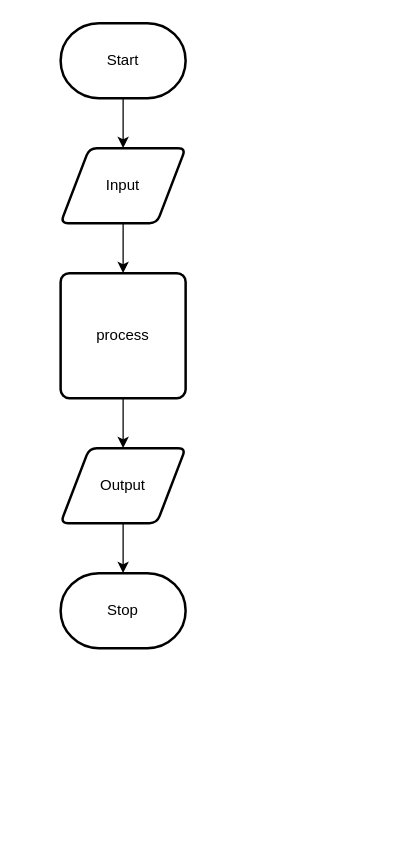
Before: design/flow-chart.drawio in Alex-Nelson-1/ICS2O-UNIT6-03-API, a draw.io diagram. Source tidied: cells renumbered, new cells numbered last; positions are measured from the earlier drawing's top-left corner, leaving out a move shared by most shapes. Both pictures are drawn from the tidied source at 125%, with x=0, y=0 at pixel (60, 22).
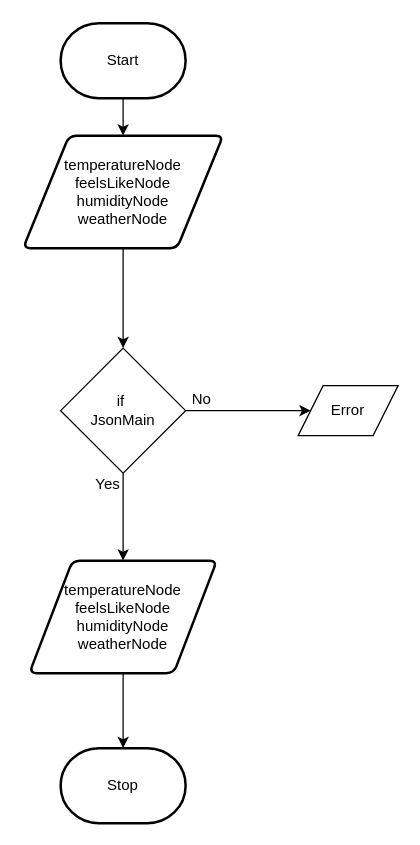
After the change.

Commit message (it also covers changes not shown here):
Flow chart and story board

Diff of the diagram source:
```diff
@@
 <mxGraphModel>
   <root>
     <mxCell id="0" />
     <mxCell id="1" parent="0" />
     <mxCell id="2" style="edgeStyle=none;html=1;" parent="1" edge="1" source="3" target="5">
       <mxGeometry relative="1" as="geometry" />
     </mxCell>
     <mxCell id="3" value="Start" style="strokeWidth=2;html=1;shape=mxgraph.flowchart.terminator;whiteSpace=wrap;" parent="1" vertex="1">
       <mxGeometry width="100" height="60" as="geometry" />
     </mxCell>
-    <mxCell id="4" style="edgeStyle=none;html=1;" parent="1" edge="1" source="5" target="7">
-      <mxGeometry relative="1" as="geometry" />
+    <mxCell id="4" style="edgeStyle=none;html=1;" parent="1" edge="1" source="5">
+      <mxGeometry relative="1" as="geometry">
+        <mxPoint x="50" y="260" as="targetPoint" />
+      </mxGeometry>
     </mxCell>
-    <mxCell id="5" value="Input" style="shape=parallelogram;html=1;strokeWidth=2;perimeter=parallelogramPerimeter;whiteSpace=wrap;rounded=1;arcSize=12;size=0.23;" parent="1" vertex="1">
-      <mxGeometry y="100" width="100" height="60" as="geometry" />
+    <mxCell id="5" value="temperatureNode&lt;br&gt;feelsLikeNode&lt;br&gt;humidityNode&lt;br&gt;weatherNode" style="shape=parallelogram;html=1;strokeWidth=2;perimeter=parallelogramPerimeter;whiteSpace=wrap;rounded=1;arcSize=12;size=0.23;" parent="1" vertex="1">
+      <mxGeometry x="-30" y="90" width="160" height="90" as="geometry" />
     </mxCell>
-    <mxCell id="6" style="edgeStyle=none;html=1;" parent="1" edge="1" source="7" target="9">
-      <mxGeometry relative="1" as="geometry" />
+    <mxCell id="6" style="edgeStyle=none;html=1;" parent="1" edge="1" target="9">
+      <mxGeometry relative="1" as="geometry">
+        <mxPoint x="50" y="360" as="sourcePoint" />
+      </mxGeometry>
     </mxCell>
-    <mxCell id="7" value="process" style="rounded=1;whiteSpace=wrap;html=1;absoluteArcSize=1;arcSize=14;strokeWidth=2;" parent="1" vertex="1">
-      <mxGeometry y="200" width="100" height="100" as="geometry" />
-    </mxCell>
     <mxCell id="8" style="edgeStyle=none;html=1;" parent="1" edge="1" source="9" target="10">
       <mxGeometry relative="1" as="geometry" />
     </mxCell>
-    <mxCell id="9" value="Output" style="shape=parallelogram;html=1;strokeWidth=2;perimeter=parallelogramPerimeter;whiteSpace=wrap;rounded=1;arcSize=12;size=0.23;" parent="1" vertex="1">
-      <mxGeometry y="340" width="100" height="60" as="geometry" />
+    <mxCell id="9" value="temperatureNode&lt;br&gt;feelsLikeNode&lt;br&gt;humidityNode&lt;br&gt;weatherNode" style="shape=parallelogram;html=1;strokeWidth=2;perimeter=parallelogramPerimeter;whiteSpace=wrap;rounded=1;arcSize=12;size=0.23;" parent="1" vertex="1">
+      <mxGeometry x="-25" y="430" width="150" height="90" as="geometry" />
     </mxCell>
     <mxCell id="10" value="Stop" style="strokeWidth=2;html=1;shape=mxgraph.flowchart.terminator;whiteSpace=wrap;" parent="1" vertex="1">
-      <mxGeometry y="440" width="100" height="60" as="geometry" />
+      <mxGeometry y="580" width="100" height="60" as="geometry" />
     </mxCell>
+    <mxCell id="11" style="edgeStyle=none;html=1;" parent="1" edge="1" source="12" target="13">
+      <mxGeometry relative="1" as="geometry" />
+    </mxCell>
+    <mxCell id="12" value="if&amp;nbsp;&lt;br&gt;JsonMain" style="rhombus;whiteSpace=wrap;html=1;" parent="1" vertex="1">
+      <mxGeometry y="260" width="100" height="100" as="geometry" />
+    </mxCell>
+    <mxCell id="13" value="Error" style="shape=parallelogram;perimeter=parallelogramPerimeter;whiteSpace=wrap;html=1;fixedSize=1;" parent="1" vertex="1">
+      <mxGeometry x="190" y="290" width="80" height="40" as="geometry" />
+    </mxCell>
+    <mxCell id="14" value="No" style="text;html=1;strokeColor=none;fillColor=none;align=center;verticalAlign=middle;whiteSpace=wrap;rounded=0;" parent="1" vertex="1">
+      <mxGeometry x="83" y="286" width="60" height="30" as="geometry" />
+    </mxCell>
+    <mxCell id="15" value="Yes" style="text;html=1;strokeColor=none;fillColor=none;align=center;verticalAlign=middle;whiteSpace=wrap;rounded=0;" parent="1" vertex="1">
+      <mxGeometry x="8" y="354" width="60" height="30" as="geometry" />
+    </mxCell>
   </root>
 </mxGraphModel>
```
